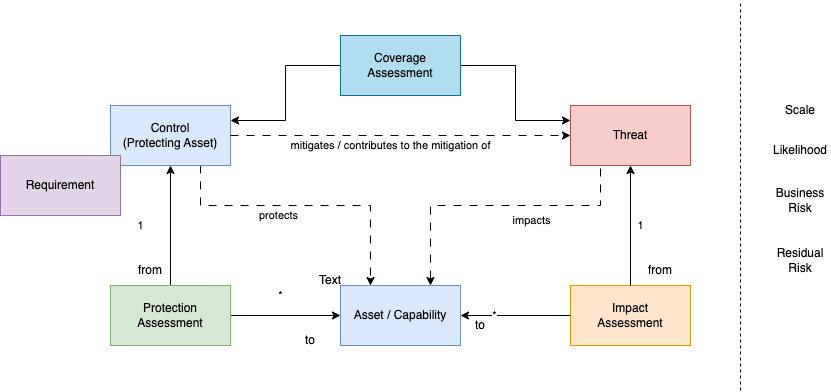
The draw.io diagram threats/2025/2025-12-01-Threat-Modeling-Impact-Assessment.png in spdx/meetings, before a commit. Source tidied: cells renumbered, new cells last; positions are measured from the earlier drawing's top-left corner, leaving out a move shared by most shapes. Source of this version:
```xml
<mxGraphModel>
  <root>
    <mxCell id="0" />
    <mxCell id="1" parent="0" />
    <mxCell id="2" value="Impact&lt;br&gt;Assessment" style="rounded=0;whiteSpace=wrap;html=1;fillColor=#ffe6cc;strokeColor=#d79b00;" parent="1" vertex="1">
      <mxGeometry x="570" y="285" width="120" height="60" as="geometry" />
    </mxCell>
    <mxCell id="3" value="*" style="edgeStyle=orthogonalEdgeStyle;rounded=0;jettySize=auto;html=1;entryX=1;entryY=0.5;entryDx=0;entryDy=0;exitX=0;exitY=0.5;exitDx=0;exitDy=0;" parent="1" edge="1" source="2" target="8">
      <mxGeometry x="0.38" relative="1" as="geometry" />
    </mxCell>
    <mxCell id="4" value="1" style="edgeStyle=orthogonalEdgeStyle;rounded=0;jettySize=auto;html=1;startArrow=classic;startFill=1;endArrow=none;endFill=0;" parent="1" edge="1" source="6" target="2">
      <mxGeometry y="10" relative="1" as="geometry" />
    </mxCell>
    <mxCell id="5" value="impacts" style="edgeStyle=orthogonalEdgeStyle;rounded=0;jettySize=auto;html=1;entryX=0.75;entryY=0;entryDx=0;entryDy=0;dashed=1;dashPattern=8 8;exitX=0;exitY=0.75;exitDx=0;exitDy=0;" parent="1" edge="1" source="6" target="8">
      <mxGeometry x="-0.08" y="15" relative="1" as="geometry">
        <Array as="points">
          <mxPoint x="600" y="150" />
          <mxPoint x="600" y="205" />
          <mxPoint x="430" y="205" />
        </Array>
      </mxGeometry>
    </mxCell>
    <mxCell id="6" value="Threat" style="rounded=0;whiteSpace=wrap;html=1;fillColor=#f8cecc;strokeColor=#b85450;" parent="1" vertex="1">
      <mxGeometry x="570" y="105" width="120" height="60" as="geometry" />
    </mxCell>
    <mxCell id="7" value="*" style="edgeStyle=orthogonalEdgeStyle;rounded=0;jettySize=auto;html=1;entryX=1;entryY=0.5;entryDx=0;entryDy=0;endArrow=none;endFill=0;startArrow=classic;startFill=1;" parent="1" edge="1" source="8" target="13">
      <mxGeometry x="0.09" y="-20" relative="1" as="geometry" />
    </mxCell>
    <mxCell id="8" value="Asset / Capability" style="rounded=0;whiteSpace=wrap;html=1;fillColor=#dae8fc;strokeColor=#6c8ebf;" parent="1" vertex="1">
      <mxGeometry x="340" y="285" width="120" height="60" as="geometry" />
    </mxCell>
    <mxCell id="9" value="protects" style="edgeStyle=orthogonalEdgeStyle;rounded=0;jettySize=auto;html=1;entryX=0.25;entryY=0;entryDx=0;entryDy=0;dashed=1;dashPattern=8 8;" parent="1" edge="1" source="10" target="8">
      <mxGeometry x="-0.19" y="-10" relative="1" as="geometry">
        <Array as="points">
          <mxPoint x="200" y="205" />
          <mxPoint x="370" y="205" />
        </Array>
      </mxGeometry>
    </mxCell>
    <mxCell id="10" value="Control&lt;br&gt;(Protecting Asset)" style="rounded=0;whiteSpace=wrap;html=1;fillColor=#dae8fc;strokeColor=#6c8ebf;" parent="1" vertex="1">
      <mxGeometry x="110" y="105" width="120" height="60" as="geometry" />
    </mxCell>
    <mxCell id="11" value="1" style="edgeStyle=orthogonalEdgeStyle;rounded=0;jettySize=auto;html=1;entryX=0.5;entryY=0;entryDx=0;entryDy=0;exitX=0.5;exitY=1;exitDx=0;exitDy=0;endArrow=none;endFill=0;startArrow=classic;startFill=1;" parent="1" edge="1" source="10" target="13">
      <mxGeometry y="-30" relative="1" as="geometry" />
    </mxCell>
    <mxCell id="12" value="mitigates / contributes to the mitigation of" style="edgeStyle=orthogonalEdgeStyle;rounded=0;jettySize=auto;html=1;entryX=0;entryY=0.5;entryDx=0;entryDy=0;dashed=1;dashPattern=8 8;exitX=1;exitY=0.5;exitDx=0;exitDy=0;" parent="1" edge="1" source="10" target="6">
      <mxGeometry x="-0.06" y="-10" relative="1" as="geometry" />
    </mxCell>
    <mxCell id="13" value="Protection&lt;br&gt;Assessment" style="rounded=0;whiteSpace=wrap;html=1;fillColor=#d5e8d4;strokeColor=#82b366;" parent="1" vertex="1">
      <mxGeometry x="110" y="285" width="120" height="60" as="geometry" />
    </mxCell>
    <mxCell id="14" value="from" style="text;html=1;strokeColor=none;fillColor=none;align=center;verticalAlign=middle;whiteSpace=wrap;rounded=0;" parent="1" vertex="1">
      <mxGeometry x="120" y="255" width="60" height="30" as="geometry" />
    </mxCell>
    <mxCell id="15" value="to" style="text;html=1;strokeColor=none;fillColor=none;align=center;verticalAlign=middle;whiteSpace=wrap;rounded=0;" parent="1" vertex="1">
      <mxGeometry x="450" y="305" width="60" height="40" as="geometry" />
    </mxCell>
    <mxCell id="16" value="from" style="text;html=1;strokeColor=none;fillColor=none;align=center;verticalAlign=middle;whiteSpace=wrap;rounded=0;" parent="1" vertex="1">
      <mxGeometry x="630" y="255" width="60" height="30" as="geometry" />
    </mxCell>
    <mxCell id="17" value="to" style="text;html=1;strokeColor=none;fillColor=none;align=center;verticalAlign=middle;whiteSpace=wrap;rounded=0;" parent="1" vertex="1">
      <mxGeometry x="290" y="325" width="40" height="30" as="geometry" />
    </mxCell>
    <mxCell id="18" style="edgeStyle=orthogonalEdgeStyle;rounded=0;jettySize=auto;html=1;entryX=1;entryY=0.25;entryDx=0;entryDy=0;" parent="1" edge="1" source="20" target="10">
      <mxGeometry relative="1" as="geometry" />
    </mxCell>
    <mxCell id="19" style="edgeStyle=orthogonalEdgeStyle;rounded=0;jettySize=auto;html=1;entryX=0;entryY=0.25;entryDx=0;entryDy=0;" parent="1" edge="1" source="20" target="6">
      <mxGeometry relative="1" as="geometry" />
    </mxCell>
    <mxCell id="20" value="Coverage&lt;br&gt;Assessment" style="rounded=0;whiteSpace=wrap;html=1;fillColor=#b1ddf0;strokeColor=#10739e;" parent="1" vertex="1">
      <mxGeometry x="340" y="35" width="120" height="60" as="geometry" />
    </mxCell>
    <mxCell id="21" value="Requirement" style="rounded=0;whiteSpace=wrap;html=1;fillColor=#e1d5e7;strokeColor=#9673a6;" parent="1" vertex="1">
      <mxGeometry y="155" width="120" height="60" as="geometry" />
    </mxCell>
    <mxCell id="22" style="endArrow=none;dashed=1;html=1;rounded=0;" parent="1" edge="1">
      <mxGeometry relative="1" as="geometry">
        <mxPoint x="740" y="390" as="sourcePoint" />
        <mxPoint x="740" as="targetPoint" />
      </mxGeometry>
    </mxCell>
    <mxCell id="23" value="Scale" style="text;html=1;strokeColor=none;fillColor=none;align=center;verticalAlign=middle;whiteSpace=wrap;rounded=0;" parent="1" vertex="1">
      <mxGeometry x="770" y="95" width="60" height="30" as="geometry" />
    </mxCell>
    <mxCell id="24" value="Likelihood" style="text;html=1;strokeColor=none;fillColor=none;align=center;verticalAlign=middle;whiteSpace=wrap;rounded=0;" parent="1" vertex="1">
      <mxGeometry x="770" y="135" width="60" height="30" as="geometry" />
    </mxCell>
    <mxCell id="25" value="Text" style="text;strokeColor=none;align=center;fillColor=none;html=1;verticalAlign=middle;whiteSpace=wrap;rounded=0;" parent="1" vertex="1">
      <mxGeometry x="300" y="265" width="60" height="30" as="geometry" />
    </mxCell>
    <mxCell id="26" value="Business&lt;br&gt;Risk" style="text;html=1;strokeColor=none;fillColor=none;align=center;verticalAlign=middle;whiteSpace=wrap;rounded=0;" parent="1" vertex="1">
      <mxGeometry x="770" y="185" width="60" height="30" as="geometry" />
    </mxCell>
    <mxCell id="27" value="Residual&lt;br&gt;Risk" style="text;html=1;strokeColor=none;fillColor=none;align=center;verticalAlign=middle;whiteSpace=wrap;rounded=0;" parent="1" vertex="1">
      <mxGeometry x="770" y="245" width="60" height="30" as="geometry" />
    </mxCell>
  </root>
</mxGraphModel>
```
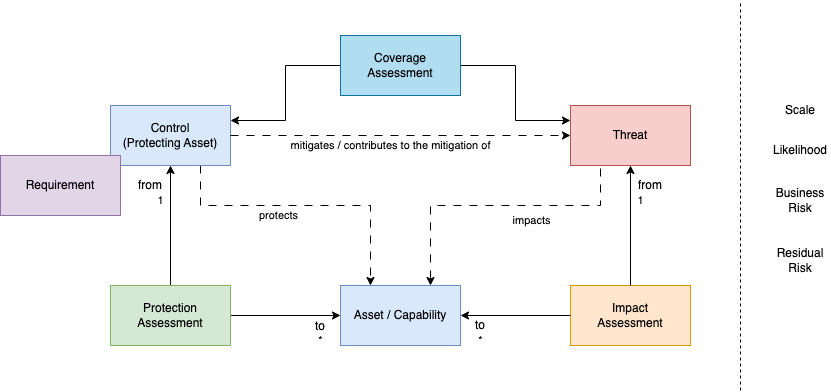
After the commit.

Commit message:
2025-12-01 meeting updates; housekeeping

The edit, as a diff of the source:
```diff
@@ -6,10 +6,10 @@
       <mxGeometry x="570" y="285" width="120" height="60" as="geometry" />
     </mxCell>
     <mxCell id="3" value="*" style="edgeStyle=orthogonalEdgeStyle;rounded=0;jettySize=auto;html=1;entryX=1;entryY=0.5;entryDx=0;entryDy=0;exitX=0;exitY=0.5;exitDx=0;exitDy=0;" parent="1" edge="1" source="2" target="8">
-      <mxGeometry x="0.38" relative="1" as="geometry" />
+      <mxGeometry x="0.64" y="25" relative="1" as="geometry" />
     </mxCell>
     <mxCell id="4" value="1" style="edgeStyle=orthogonalEdgeStyle;rounded=0;jettySize=auto;html=1;startArrow=classic;startFill=1;endArrow=none;endFill=0;" parent="1" edge="1" source="6" target="2">
-      <mxGeometry y="10" relative="1" as="geometry" />
+      <mxGeometry x="-0.42" y="10" relative="1" as="geometry" />
     </mxCell>
     <mxCell id="5" value="impacts" style="edgeStyle=orthogonalEdgeStyle;rounded=0;jettySize=auto;html=1;entryX=0.75;entryY=0;entryDx=0;entryDy=0;dashed=1;dashPattern=8 8;exitX=0;exitY=0.75;exitDx=0;exitDy=0;" parent="1" edge="1" source="6" target="8">
       <mxGeometry x="-0.08" y="15" relative="1" as="geometry">
@@ -24,7 +24,7 @@
       <mxGeometry x="570" y="105" width="120" height="60" as="geometry" />
     </mxCell>
     <mxCell id="7" value="*" style="edgeStyle=orthogonalEdgeStyle;rounded=0;jettySize=auto;html=1;entryX=1;entryY=0.5;entryDx=0;entryDy=0;endArrow=none;endFill=0;startArrow=classic;startFill=1;" parent="1" edge="1" source="8" target="13">
-      <mxGeometry x="0.09" y="-20" relative="1" as="geometry" />
+      <mxGeometry x="-0.64" y="25" relative="1" as="geometry" />
     </mxCell>
     <mxCell id="8" value="Asset / Capability" style="rounded=0;whiteSpace=wrap;html=1;fillColor=#dae8fc;strokeColor=#6c8ebf;" parent="1" vertex="1">
       <mxGeometry x="340" y="285" width="120" height="60" as="geometry" />
@@ -41,7 +41,7 @@
       <mxGeometry x="110" y="105" width="120" height="60" as="geometry" />
     </mxCell>
     <mxCell id="11" value="1" style="edgeStyle=orthogonalEdgeStyle;rounded=0;jettySize=auto;html=1;entryX=0.5;entryY=0;entryDx=0;entryDy=0;exitX=0.5;exitY=1;exitDx=0;exitDy=0;endArrow=none;endFill=0;startArrow=classic;startFill=1;" parent="1" edge="1" source="10" target="13">
-      <mxGeometry y="-30" relative="1" as="geometry" />
+      <mxGeometry x="-0.42" y="-10" relative="1" as="geometry" />
     </mxCell>
     <mxCell id="12" value="mitigates / contributes to the mitigation of" style="edgeStyle=orthogonalEdgeStyle;rounded=0;jettySize=auto;html=1;entryX=0;entryY=0.5;entryDx=0;entryDy=0;dashed=1;dashPattern=8 8;exitX=1;exitY=0.5;exitDx=0;exitDy=0;" parent="1" edge="1" source="10" target="6">
       <mxGeometry x="-0.06" y="-10" relative="1" as="geometry" />
@@ -50,16 +50,16 @@
       <mxGeometry x="110" y="285" width="120" height="60" as="geometry" />
     </mxCell>
     <mxCell id="14" value="from" style="text;html=1;strokeColor=none;fillColor=none;align=center;verticalAlign=middle;whiteSpace=wrap;rounded=0;" parent="1" vertex="1">
-      <mxGeometry x="120" y="255" width="60" height="30" as="geometry" />
+      <mxGeometry x="120" y="170" width="60" height="30" as="geometry" />
     </mxCell>
     <mxCell id="15" value="to" style="text;html=1;strokeColor=none;fillColor=none;align=center;verticalAlign=middle;whiteSpace=wrap;rounded=0;" parent="1" vertex="1">
       <mxGeometry x="450" y="305" width="60" height="40" as="geometry" />
     </mxCell>
     <mxCell id="16" value="from" style="text;html=1;strokeColor=none;fillColor=none;align=center;verticalAlign=middle;whiteSpace=wrap;rounded=0;" parent="1" vertex="1">
-      <mxGeometry x="630" y="255" width="60" height="30" as="geometry" />
+      <mxGeometry x="620" y="170" width="60" height="30" as="geometry" />
     </mxCell>
     <mxCell id="17" value="to" style="text;html=1;strokeColor=none;fillColor=none;align=center;verticalAlign=middle;whiteSpace=wrap;rounded=0;" parent="1" vertex="1">
-      <mxGeometry x="290" y="325" width="40" height="30" as="geometry" />
+      <mxGeometry x="300" y="311" width="40" height="30" as="geometry" />
     </mxCell>
     <mxCell id="18" style="edgeStyle=orthogonalEdgeStyle;rounded=0;jettySize=auto;html=1;entryX=1;entryY=0.25;entryDx=0;entryDy=0;" parent="1" edge="1" source="20" target="10">
       <mxGeometry relative="1" as="geometry" />
@@ -85,9 +85,6 @@
     <mxCell id="24" value="Likelihood" style="text;html=1;strokeColor=none;fillColor=none;align=center;verticalAlign=middle;whiteSpace=wrap;rounded=0;" parent="1" vertex="1">
       <mxGeometry x="770" y="135" width="60" height="30" as="geometry" />
     </mxCell>
-    <mxCell id="25" value="Text" style="text;strokeColor=none;align=center;fillColor=none;html=1;verticalAlign=middle;whiteSpace=wrap;rounded=0;" parent="1" vertex="1">
-      <mxGeometry x="300" y="265" width="60" height="30" as="geometry" />
-    </mxCell>
     <mxCell id="26" value="Business&lt;br&gt;Risk" style="text;html=1;strokeColor=none;fillColor=none;align=center;verticalAlign=middle;whiteSpace=wrap;rounded=0;" parent="1" vertex="1">
       <mxGeometry x="770" y="185" width="60" height="30" as="geometry" />
     </mxCell>
```
